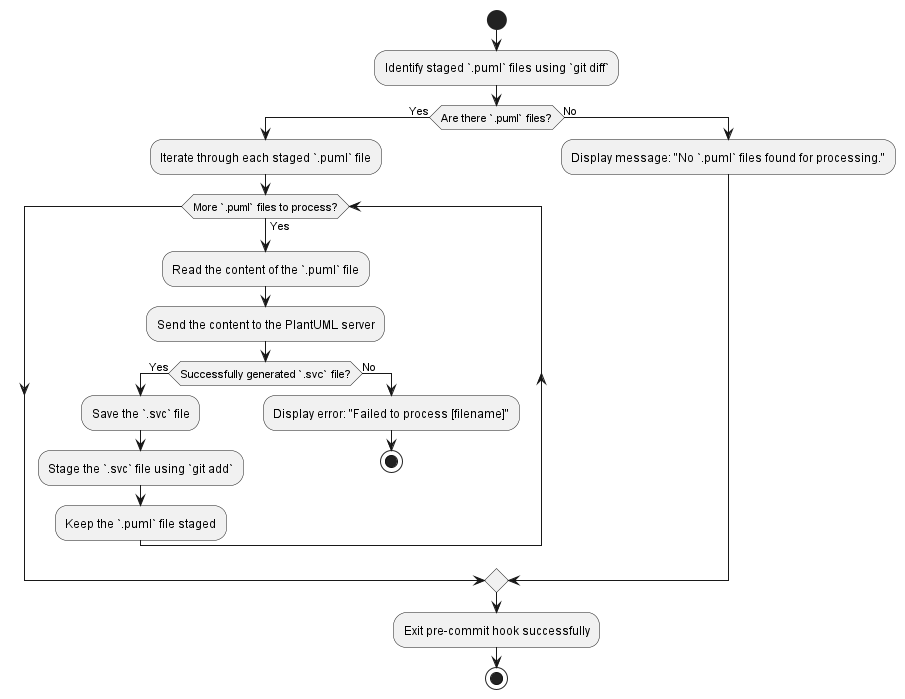
This is flow-diagrams/PlantUmlTestDiagram.png from sivabankapalli/pre-commit-hooks-plantuml, a PlantUML export, as it was before one commit.
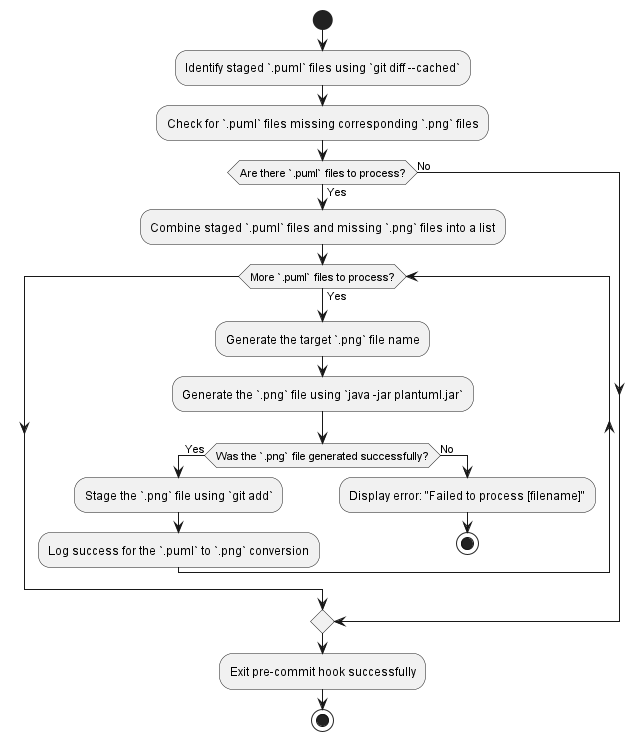
After the commit.

Change to the diagram source:
```diff
@@ -1,23 +1,24 @@
 @startuml
 start
 
-:Identify staged `.puml` files using `git diff`;
-if (Are there `.puml` files?) then (Yes)
-  :Iterate through each staged `.puml` file;
+:Identify staged `.puml` files using `git diff --cached`;
+:Check for `.puml` files missing corresponding `.png` files;
+
+if (Are there `.puml` files to process?) then (Yes)
+  :Combine staged `.puml` files and missing `.png` files into a list;
   while (More `.puml` files to process?) is (Yes)
-    :Read the content of the `.puml` file;
-    :Send the content to the PlantUML server;
-    if (Successfully generated `.svc` file?) then (Yes)
-      :Save the `.svc` file;
-      :Stage the `.svc` file using `git add`;
-      :Keep the `.puml` file staged;
+    :Generate the target `.png` file name;
+    :Generate the `.png` file using `java -jar plantuml.jar`;
+
+    if (Was the `.png` file generated successfully?) then (Yes)
+      :Stage the `.png` file using `git add`;
+      :Log success for the `.puml` to `.png` conversion;
     else (No)
       :Display error: "Failed to process [filename]";
       stop
     endif
   endwhile
 else (No)
-  :Display message: "No `.puml` files found for processing.";
 endif
 
 :Exit pre-commit hook successfully;
```
